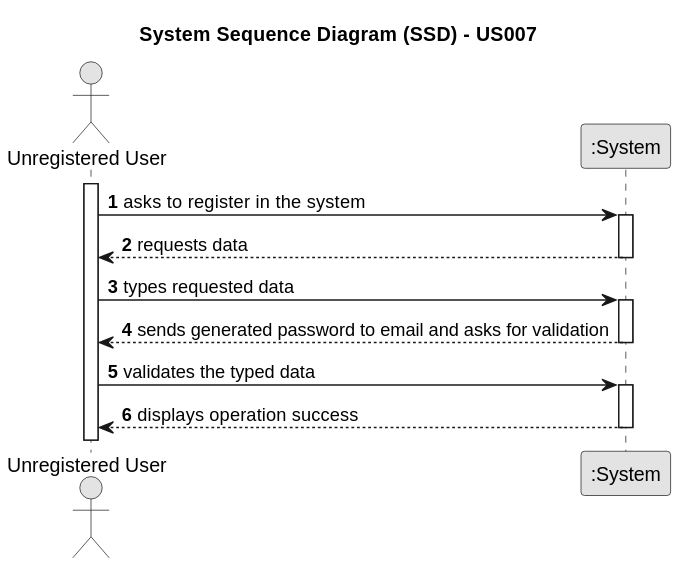
rita-barbosa/LAPR2-2223 keeps this PlantUML diagram as docs/sprintB/us007/01.requirements-engineering/svg/us007-system-sequence-diagram.svg. Above is the earlier version.
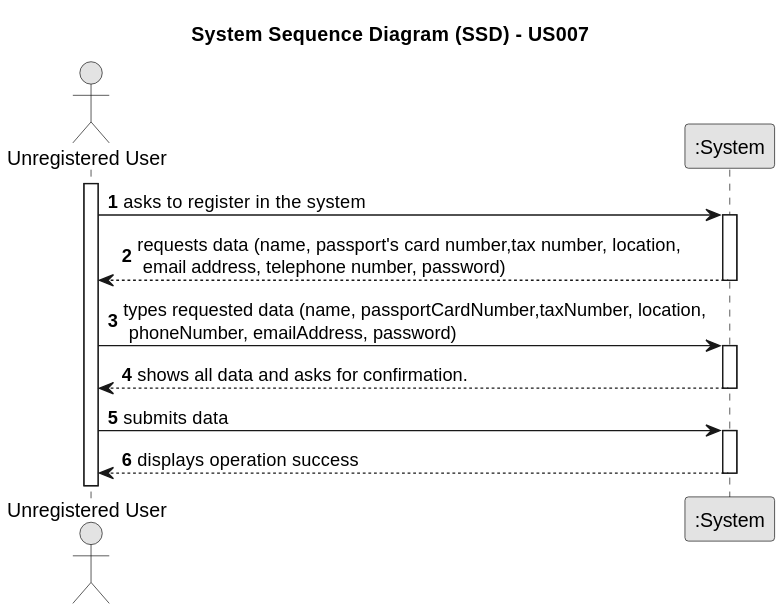
After the change.

Commit message:
Update of system sequence diagram [US007][Requirements Engineering]

The edit, as a diff of the source:
```diff
@@ -15,19 +15,18 @@
     User -> System : asks to register in the system
     activate System
 
-        System --> User : requests data
+    System --> User : requests data (name, passport's card number,tax number, location,\n email address, telephone number, password)
     deactivate System
 
-    User -> System : types requested data
-
+    User -> System : types requested data (name, passportCardNumber,taxNumber, location,\n phoneNumber, emailAddress, password)
     activate System
 
-        System --> User : sends generated password to email and asks for validation
+    System --> User : shows all data and asks for confirmation.
     deactivate System
 
-    User -> System : validates the typed data
+    User -> System : submits data
     activate System
 
-        System --> User : displays operation success
+    System --> User : displays operation success
     deactivate System
 @enduml
```
